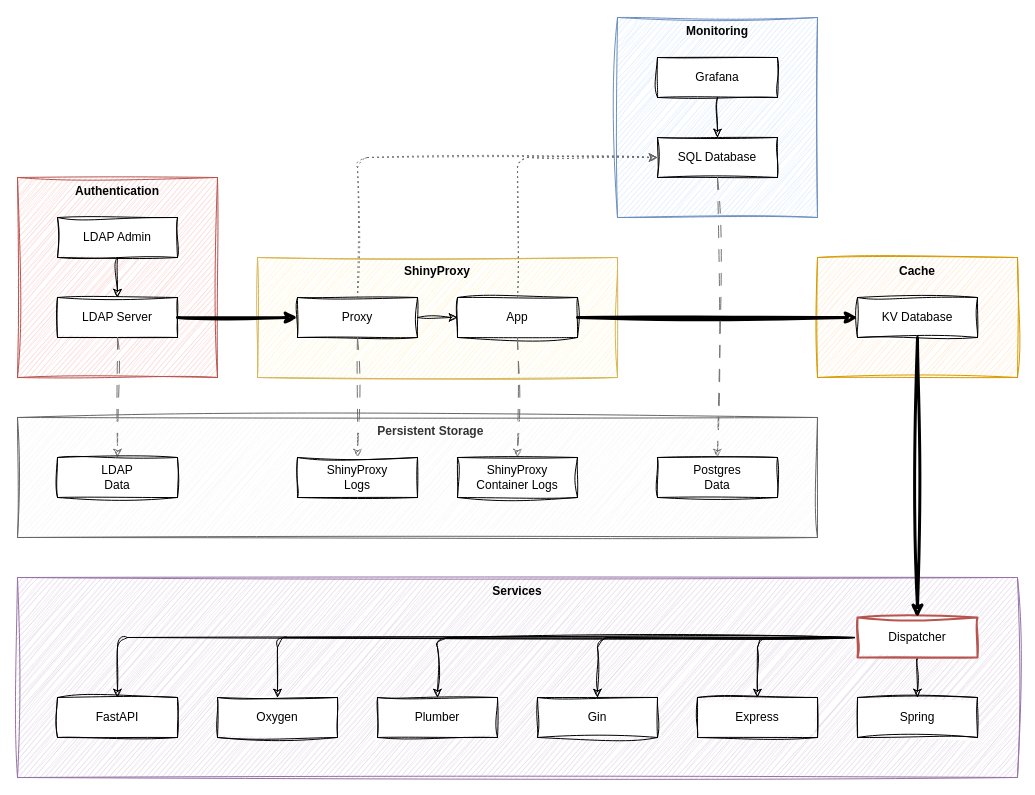
Gotfrid/shiny-system-design keeps this draw.io diagram as architecture.drawio. Above is the earlier version. Source tidied: cells renumbered, new cells numbered last; positions are measured from the earlier drawing's top-left corner, leaving out a move shared by most shapes. Both pictures are drawn from the tidied source at 100%, with x=0, y=0 at pixel (17, 17).
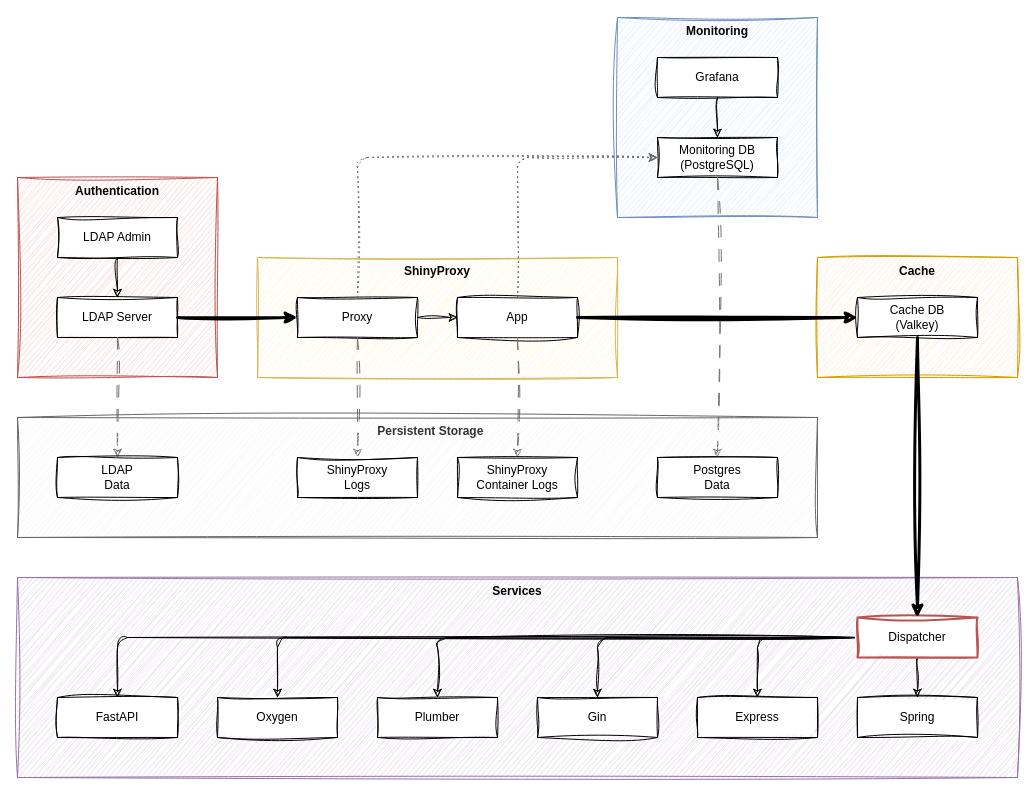
After the change.

Commit message (it also covers changes not shown here):
[root] refactor: update architecture scheme

Unchanged cells that the change refers to:
```xml
<mxCell id="13" style="group;sketch=1;curveFitting=1;jiggle=2;" parent="1" vertex="1">
  <mxGeometry x="800" y="240" width="200" height="120" as="geometry" />
</mxCell>
```

What changed in the source:
```diff
@@
-    <mxCell id="15" value="KV Database" style="whiteSpace=wrap;html=1;sketch=1;curveFitting=1;jiggle=2;" parent="13" vertex="1">
+    <mxCell id="15" value="Cache DB&lt;div&gt;(Valkey)&lt;/div&gt;" style="whiteSpace=wrap;html=1;sketch=1;curveFitting=1;jiggle=2;" parent="13" vertex="1">
       <mxGeometry x="40" y="40" width="120" height="40" as="geometry" />
     </mxCell>
@@
-    <mxCell id="25" value="SQL Database" style="whiteSpace=wrap;html=1;sketch=1;curveFitting=1;jiggle=2;" parent="1" vertex="1">
+    <mxCell id="25" value="Monitoring DB&lt;div&gt;(PostgreSQL)&lt;/div&gt;" style="whiteSpace=wrap;html=1;sketch=1;curveFitting=1;jiggle=2;" parent="1" vertex="1">
       <mxGeometry x="640" y="120" width="120" height="40" as="geometry" />
     </mxCell>
```
